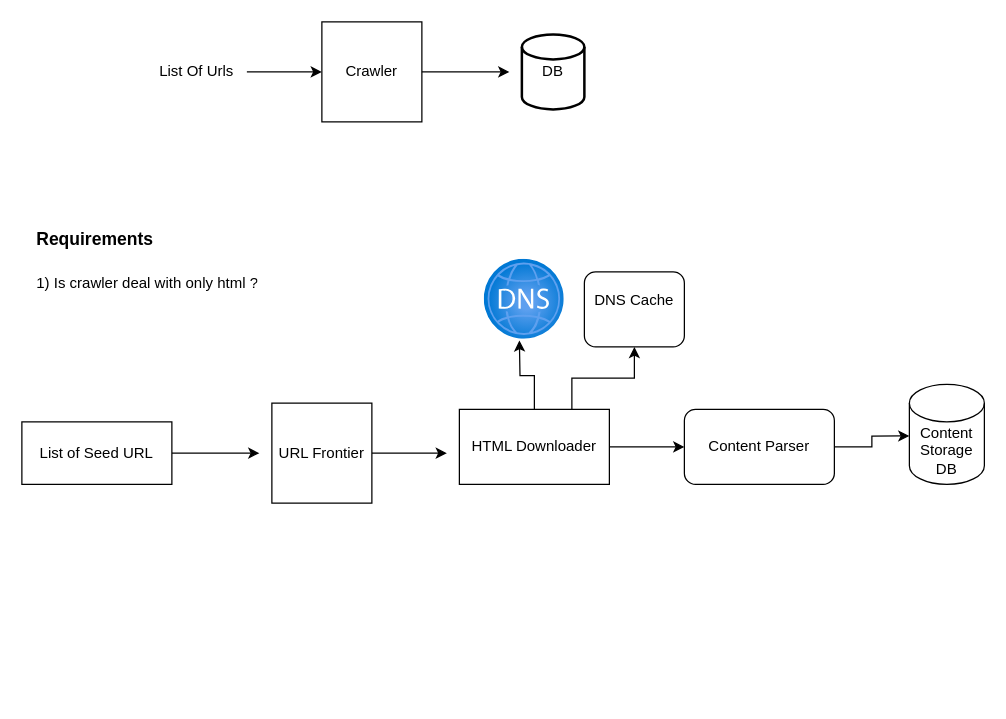
This is Design a Web Crawler .drawio from bappimazumder/system-design, a draw.io file, before an edit. Source tidied: cells renumbered, new cells numbered last; positions are measured from the earlier drawing's top-left corner, leaving out a move shared by most shapes. Both pictures are drawn from the tidied source at 125%, with x=0, y=0 at pixel (21, 21).
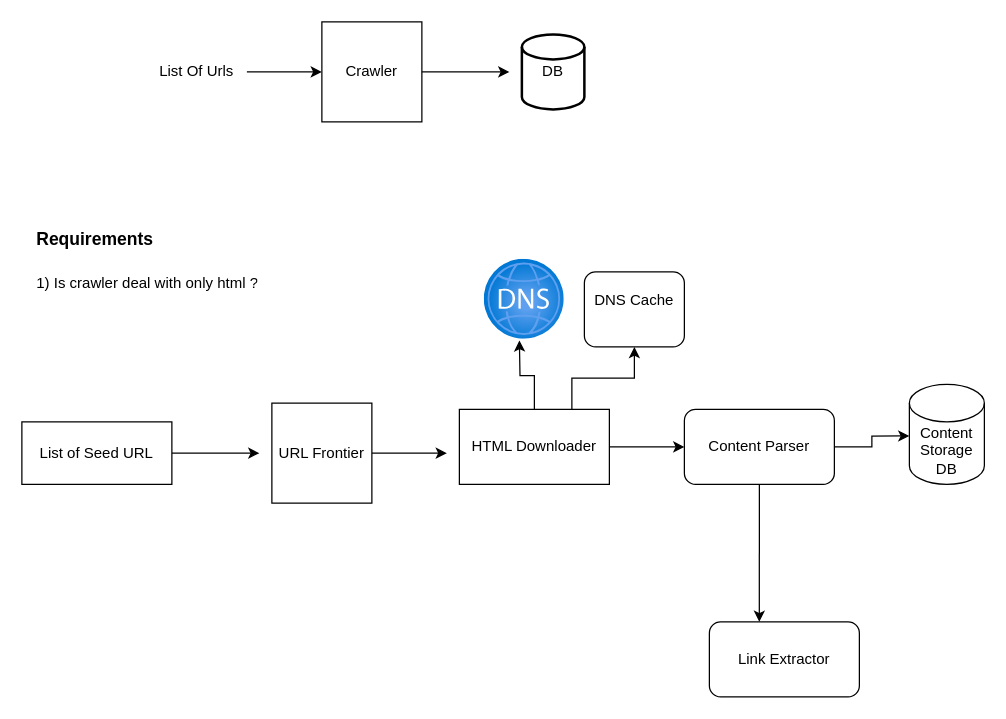
After the change.

Unchanged cells that the change refers to:
```xml
<mxCell id="18" value="Content Parser" style="rounded=1;whiteSpace=wrap;html=1;" parent="1" vertex="1">
  <mxGeometry x="530" y="310" width="120" height="60" as="geometry" />
</mxCell>
```

Change to the diagram source:
```diff
@@
+    <mxCell id="21" value="Link Extractor" style="rounded=1;whiteSpace=wrap;html=1;" parent="1" vertex="1">
+      <mxGeometry x="550" y="480" width="120" height="60" as="geometry" />
+    </mxCell>
+    <mxCell id="22" style="edgeStyle=orthogonalEdgeStyle;rounded=0;jettySize=auto;html=1;exitX=0.5;exitY=1;exitDx=0;exitDy=0;entryX=0.333;entryY=0;entryDx=0;entryDy=0;entryPerimeter=0;" parent="1" edge="1" source="18" target="21">
+      <mxGeometry relative="1" as="geometry" />
+    </mxCell>
```
